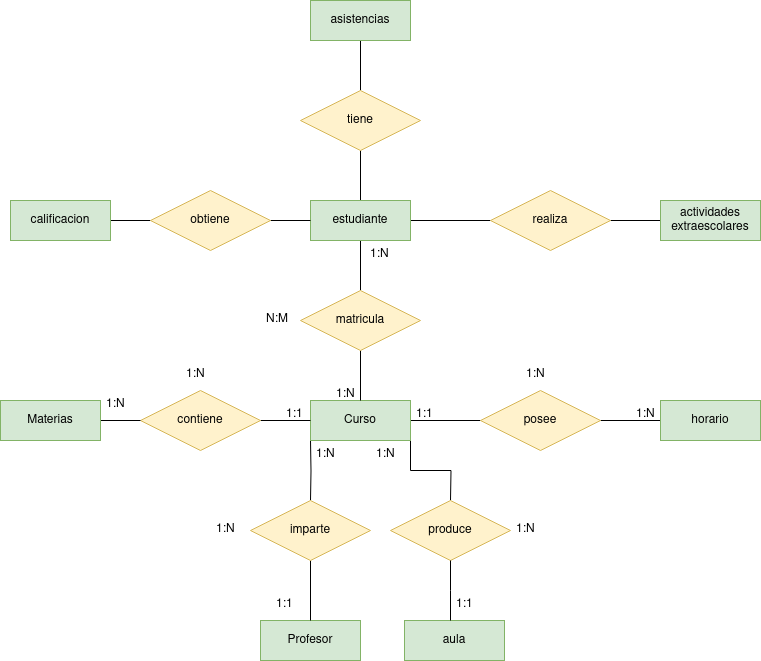
jdrguez/2-Daw keeps this draw.io diagram as Unidad-1/Tareas/Tarea-8/tarea8.drawio.png. Above is the earlier version. Source tidied: cells renumbered, new cells last; positions are measured from the earlier drawing's top-left corner, leaving out a move shared by most shapes.
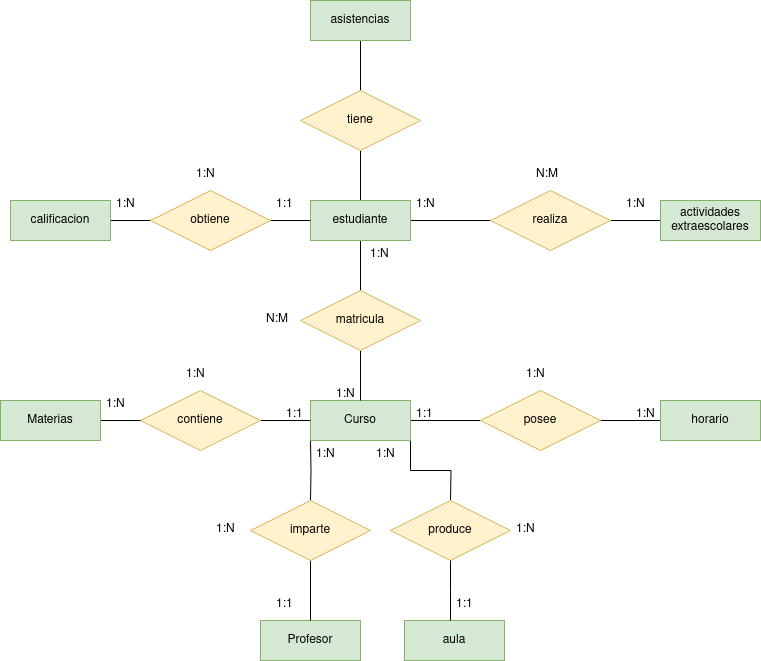
Above is the later version.

Diff of the diagram source:
```diff
@@ -152,5 +152,23 @@
     <mxCell id="49" value="1:N" style="text;strokeColor=none;fillColor=none;spacingLeft=4;spacingRight=4;overflow=hidden;fontSize=12;whiteSpace=wrap;html=1;" parent="1" vertex="1">
       <mxGeometry x="520" y="360" width="40" height="30" as="geometry" />
     </mxCell>
+    <mxCell id="50" value="1:N" style="text;strokeColor=none;fillColor=none;spacingLeft=4;spacingRight=4;overflow=hidden;fontSize=12;whiteSpace=wrap;html=1;" parent="1" vertex="1">
+      <mxGeometry x="110" y="190" width="40" height="30" as="geometry" />
+    </mxCell>
+    <mxCell id="51" value="1:1" style="text;strokeColor=none;fillColor=none;spacingLeft=4;spacingRight=4;overflow=hidden;fontSize=12;whiteSpace=wrap;html=1;" parent="1" vertex="1">
+      <mxGeometry x="270" y="190" width="40" height="30" as="geometry" />
+    </mxCell>
+    <mxCell id="52" value="1:N" style="text;strokeColor=none;fillColor=none;spacingLeft=4;spacingRight=4;overflow=hidden;fontSize=12;whiteSpace=wrap;html=1;" parent="1" vertex="1">
+      <mxGeometry x="190" y="160" width="40" height="30" as="geometry" />
+    </mxCell>
+    <mxCell id="53" value="1:N" style="text;strokeColor=none;fillColor=none;spacingLeft=4;spacingRight=4;overflow=hidden;fontSize=12;whiteSpace=wrap;html=1;" parent="1" vertex="1">
+      <mxGeometry x="410" y="190" width="40" height="30" as="geometry" />
+    </mxCell>
+    <mxCell id="54" value="1:N" style="text;strokeColor=none;fillColor=none;spacingLeft=4;spacingRight=4;overflow=hidden;fontSize=12;whiteSpace=wrap;html=1;" parent="1" vertex="1">
+      <mxGeometry x="620" y="190" width="40" height="30" as="geometry" />
+    </mxCell>
+    <mxCell id="55" value="N:M" style="text;strokeColor=none;fillColor=none;spacingLeft=4;spacingRight=4;overflow=hidden;fontSize=12;whiteSpace=wrap;html=1;" parent="1" vertex="1">
+      <mxGeometry x="530" y="160" width="40" height="30" as="geometry" />
+    </mxCell>
   </root>
 </mxGraphModel>
```
